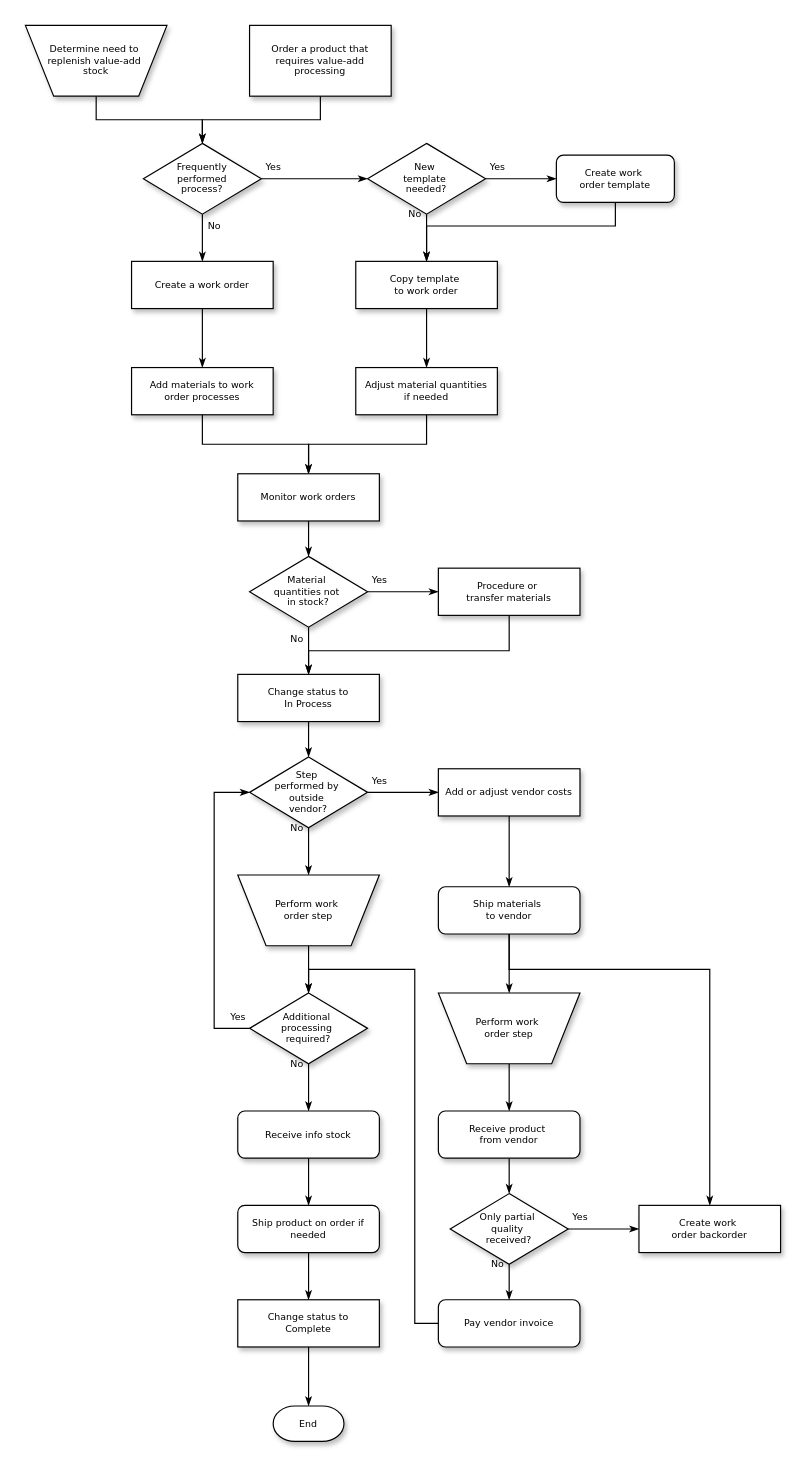
Above: 未命名绘图.drawio in ZHONGYUzu/ZHONGYUzu.github.io (draw.io), before the change. Source tidied: cells renumbered, new cells numbered last; positions are measured from the earlier drawing's top-left corner, leaving out a move shared by most shapes. Both pictures are drawn from the tidied source at 118%, with x=0, y=0 at pixel (25, 25).
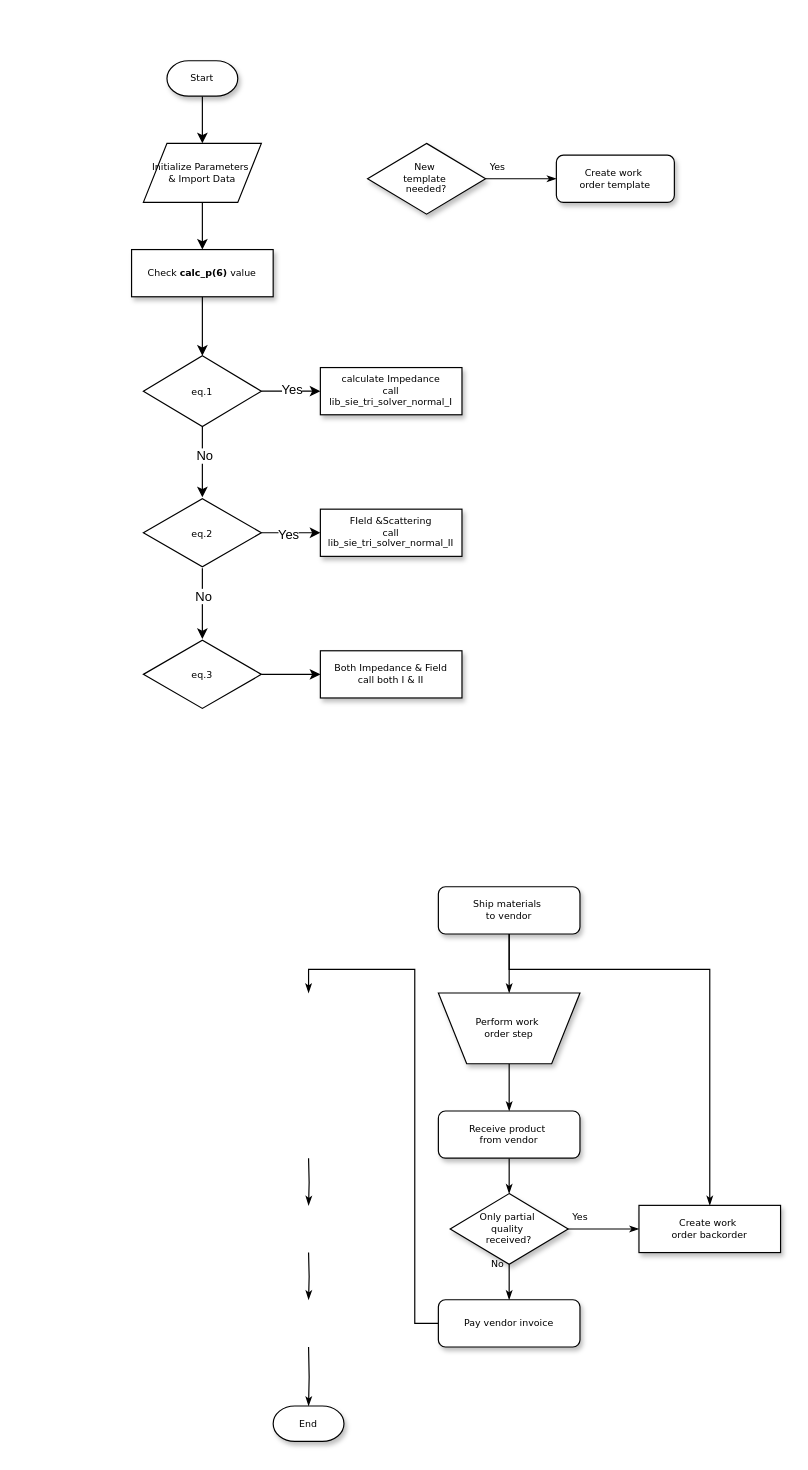
The same diagram, later.

Commit message:
tri_solver

Unchanged cells that the change refers to:
```xml
<mxCell id="11" value="New&amp;nbsp;&lt;div&gt;template&amp;nbsp;&lt;/div&gt;&lt;div&gt;needed?&lt;/div&gt;" style="rhombus;whiteSpace=wrap;html=1;rounded=0;shadow=1;labelBackgroundColor=none;strokeWidth=1;fontFamily=Verdana;fontSize=8;align=center;" parent="1" vertex="1">
  <mxGeometry x="290" y="100" width="100" height="60" as="geometry" />
</mxCell>
<mxCell id="13" value="Create work&amp;nbsp;&lt;div&gt;order template&lt;/div&gt;" style="rounded=1;whiteSpace=wrap;html=1;shadow=1;labelBackgroundColor=none;strokeWidth=1;fontFamily=Verdana;fontSize=8;align=center;" parent="1" vertex="1">
  <mxGeometry x="450" y="110" width="100" height="40" as="geometry" />
</mxCell>
<mxCell id="40" value="Ship materials&amp;nbsp;&lt;div&gt;to vendor&lt;/div&gt;" style="rounded=1;whiteSpace=wrap;html=1;shadow=1;labelBackgroundColor=none;strokeWidth=1;fontFamily=Verdana;fontSize=8;align=center;" parent="1" vertex="1">
  <mxGeometry x="350" y="730" width="120" height="40" as="geometry" />
</mxCell>
<mxCell id="59" value="Pay vendor invoice" style="rounded=1;whiteSpace=wrap;html=1;shadow=1;labelBackgroundColor=none;strokeWidth=1;fontFamily=Verdana;fontSize=8;align=center;" parent="1" vertex="1">
  <mxGeometry x="350" y="1080" width="120" height="40" as="geometry" />
</mxCell>
<mxCell id="60" value="End" style="strokeWidth=1;html=1;shape=mxgraph.flowchart.terminator;whiteSpace=wrap;rounded=0;shadow=1;labelBackgroundColor=none;fontFamily=Verdana;fontSize=8;align=center;" parent="1" vertex="1">
  <mxGeometry x="210" y="1170" width="60" height="30" as="geometry" />
</mxCell>
```

Diff of the diagram source:
```diff
@@
-    <mxCell id="2" style="edgeStyle=orthogonalEdgeStyle;rounded=0;html=1;labelBackgroundColor=none;startSize=5;endArrow=classicThin;endFill=1;endSize=5;jettySize=auto;strokeWidth=1;fontFamily=Verdana;fontSize=8;" parent="1" edge="1" source="3" target="8">
-      <mxGeometry relative="1" as="geometry" />
-    </mxCell>
-    <mxCell id="3" value="Determine need to&amp;nbsp;&lt;div&gt;replenish value-add&amp;nbsp;&lt;/div&gt;&lt;div&gt;stock&lt;/div&gt;" style="shape=trapezoid;whiteSpace=wrap;html=1;rounded=0;shadow=1;labelBackgroundColor=none;strokeWidth=1;fontFamily=Verdana;fontSize=8;align=center;flipV=1;" parent="1" vertex="1">
-      <mxGeometry width="120" height="60" as="geometry" />
-    </mxCell>
-    <mxCell id="4" style="edgeStyle=orthogonalEdgeStyle;rounded=0;html=1;labelBackgroundColor=none;startSize=5;endArrow=classicThin;endFill=1;endSize=5;jettySize=auto;strokeWidth=1;fontFamily=Verdana;fontSize=8;" parent="1" edge="1" source="5" target="8">
-      <mxGeometry relative="1" as="geometry" />
-    </mxCell>
-    <mxCell id="5" value="Order a product that&lt;div&gt;requires value-add processing&lt;/div&gt;" style="rounded=0;whiteSpace=wrap;html=1;shadow=1;labelBackgroundColor=none;strokeWidth=1;fontFamily=Verdana;fontSize=8;align=center;" parent="1" vertex="1">
-      <mxGeometry x="190" width="120" height="60" as="geometry" />
-    </mxCell>
-    <mxCell id="6" value="Yes" style="edgeStyle=orthogonalEdgeStyle;rounded=0;html=1;labelBackgroundColor=none;startSize=5;endArrow=classicThin;endFill=1;endSize=5;jettySize=auto;strokeWidth=1;fontFamily=Verdana;fontSize=8;" parent="1" edge="1" source="8" target="11">
-      <mxGeometry x="-0.78" y="10" relative="1" as="geometry" />
-    </mxCell>
-    <mxCell id="7" value="No" style="edgeStyle=orthogonalEdgeStyle;rounded=0;html=1;labelBackgroundColor=none;startSize=5;endArrow=classicThin;endFill=1;endSize=5;jettySize=auto;strokeWidth=1;fontFamily=Verdana;fontSize=8;" parent="1" edge="1" source="8" target="15">
-      <mxGeometry x="-0.5" y="10" relative="1" as="geometry" />
-    </mxCell>
-    <mxCell id="8" value="Frequently&lt;div&gt;performed&lt;/div&gt;&lt;div&gt;process?&lt;/div&gt;" style="rhombus;whiteSpace=wrap;html=1;rounded=0;shadow=1;labelBackgroundColor=none;strokeWidth=1;fontFamily=Verdana;fontSize=8;align=center;" parent="1" vertex="1">
-      <mxGeometry x="100" y="100" width="100" height="60" as="geometry" />
-    </mxCell>
@@
-    <mxCell id="10" value="No" style="edgeStyle=orthogonalEdgeStyle;rounded=0;html=1;labelBackgroundColor=none;startSize=5;endArrow=classicThin;endFill=1;endSize=5;jettySize=auto;strokeWidth=1;fontFamily=Verdana;fontSize=8;" parent="1" edge="1" source="11" target="17">
-      <mxGeometry x="-1" y="-10" relative="1" as="geometry" />
-    </mxCell>
@@
-    <mxCell id="12" style="edgeStyle=orthogonalEdgeStyle;rounded=0;html=1;labelBackgroundColor=none;startSize=5;endArrow=classicThin;endFill=1;endSize=5;jettySize=auto;strokeWidth=1;fontFamily=Verdana;fontSize=8;" parent="1" edge="1" source="13" target="17">
-      <mxGeometry relative="1" as="geometry">
-        <Array as="points">
-          <mxPoint x="500" y="170" />
-          <mxPoint x="340" y="170" />
-        </Array>
-      </mxGeometry>
-    </mxCell>
@@
-    <mxCell id="14" style="edgeStyle=orthogonalEdgeStyle;rounded=0;html=1;labelBackgroundColor=none;startSize=5;endArrow=classicThin;endFill=1;endSize=5;jettySize=auto;strokeWidth=1;fontFamily=Verdana;fontSize=8;" parent="1" edge="1" source="15" target="19">
-      <mxGeometry relative="1" as="geometry" />
-    </mxCell>
-    <mxCell id="15" value="Create a work order" style="whiteSpace=wrap;html=1;rounded=0;shadow=1;labelBackgroundColor=none;strokeWidth=1;fontFamily=Verdana;fontSize=8;align=center;" parent="1" vertex="1">
-      <mxGeometry x="90" y="200" width="120" height="40" as="geometry" />
-    </mxCell>
-    <mxCell id="16" style="edgeStyle=orthogonalEdgeStyle;rounded=0;html=1;labelBackgroundColor=none;startSize=5;endArrow=classicThin;endFill=1;endSize=5;jettySize=auto;strokeWidth=1;fontFamily=Verdana;fontSize=8;" parent="1" edge="1" source="17" target="21">
-      <mxGeometry relative="1" as="geometry" />
-    </mxCell>
-    <mxCell id="17" value="Copy template&amp;nbsp;&lt;div&gt;to work order&lt;/div&gt;" style="whiteSpace=wrap;html=1;rounded=0;shadow=1;labelBackgroundColor=none;strokeWidth=1;fontFamily=Verdana;fontSize=8;align=center;" parent="1" vertex="1">
-      <mxGeometry x="280" y="200" width="120" height="40" as="geometry" />
+    <mxCell id="17" value="calculate Impedance&lt;div&gt;call lib_sie_tri_solver_normal_I&lt;/div&gt;" style="whiteSpace=wrap;html=1;rounded=0;shadow=1;labelBackgroundColor=none;strokeWidth=1;fontFamily=Verdana;fontSize=8;align=center;" parent="1" vertex="1">
+      <mxGeometry x="250" y="290" width="120" height="40" as="geometry" />
     </mxCell>
-    <mxCell id="18" style="edgeStyle=orthogonalEdgeStyle;rounded=0;html=1;labelBackgroundColor=none;startSize=5;endArrow=classicThin;endFill=1;endSize=5;jettySize=auto;strokeWidth=1;fontFamily=Verdana;fontSize=8;" parent="1" edge="1" source="19" target="23">
-      <mxGeometry relative="1" as="geometry" />
-    </mxCell>
+    <mxCell id="61" style="edgeStyle=orthogonalEdgeStyle;rounded=0;jettySize=auto;html=1;" parent="1" edge="1" source="19" target="68">
+      <mxGeometry relative="1" as="geometry" />
+    </mxCell>
-    <mxCell id="19" value="Add materials to work order processes" style="whiteSpace=wrap;html=1;rounded=0;shadow=1;labelBackgroundColor=none;strokeWidth=1;fontFamily=Verdana;fontSize=8;align=center;spacing=6;" parent="1" vertex="1">
-      <mxGeometry x="90" y="290" width="120" height="40" as="geometry" />
+    <mxCell id="19" value="Check &lt;b&gt;calc_p(6)&lt;/b&gt; value" style="whiteSpace=wrap;html=1;rounded=0;shadow=1;labelBackgroundColor=none;strokeWidth=1;fontFamily=Verdana;fontSize=8;align=center;spacing=6;" parent="1" vertex="1">
+      <mxGeometry x="90" y="190" width="120" height="40" as="geometry" />
     </mxCell>
-    <mxCell id="20" style="edgeStyle=orthogonalEdgeStyle;rounded=0;html=1;labelBackgroundColor=none;startSize=5;endArrow=classicThin;endFill=1;endSize=5;jettySize=auto;strokeWidth=1;fontFamily=Verdana;fontSize=8;" parent="1" edge="1" source="21" target="23">
-      <mxGeometry relative="1" as="geometry" />
-    </mxCell>
-    <mxCell id="21" value="Adjust material quantities if needed" style="whiteSpace=wrap;html=1;rounded=0;shadow=1;labelBackgroundColor=none;strokeWidth=1;fontFamily=Verdana;fontSize=8;align=center;spacing=6;" parent="1" vertex="1">
-      <mxGeometry x="280" y="290" width="120" height="40" as="geometry" />
+    <mxCell id="21" value="FIeld &amp;amp;Scattering&lt;div&gt;call lib_sie_tri_solver_normal_II&lt;/div&gt;" style="whiteSpace=wrap;html=1;rounded=0;shadow=1;labelBackgroundColor=none;strokeWidth=1;fontFamily=Verdana;fontSize=8;align=center;spacing=6;" parent="1" vertex="1">
+      <mxGeometry x="250" y="410" width="120" height="40" as="geometry" />
     </mxCell>
-    <mxCell id="22" style="edgeStyle=orthogonalEdgeStyle;rounded=0;html=1;labelBackgroundColor=none;startSize=5;endArrow=classicThin;endFill=1;endSize=5;jettySize=auto;strokeWidth=1;fontFamily=Verdana;fontSize=8;" parent="1" edge="1" source="23" target="26">
-      <mxGeometry relative="1" as="geometry" />
-    </mxCell>
-    <mxCell id="23" value="Monitor work orders" style="whiteSpace=wrap;html=1;rounded=0;shadow=1;labelBackgroundColor=none;strokeWidth=1;fontFamily=Verdana;fontSize=8;align=center;" parent="1" vertex="1">
-      <mxGeometry x="180" y="380" width="120" height="40" as="geometry" />
-    </mxCell>
-    <mxCell id="24" value="Yes" style="edgeStyle=orthogonalEdgeStyle;rounded=0;html=1;labelBackgroundColor=none;startSize=5;endArrow=classicThin;endFill=1;endSize=5;jettySize=auto;strokeWidth=1;fontFamily=Verdana;fontSize=8;" parent="1" edge="1" source="26" target="28">
-      <mxGeometry x="-0.67" y="10" relative="1" as="geometry" />
-    </mxCell>
-    <mxCell id="25" value="No" style="edgeStyle=orthogonalEdgeStyle;rounded=0;html=1;labelBackgroundColor=none;startSize=5;endArrow=classicThin;endFill=1;endSize=5;jettySize=auto;strokeWidth=1;fontFamily=Verdana;fontSize=8;" parent="1" edge="1" source="26" target="30">
-      <mxGeometry x="-0.5" y="-10" relative="1" as="geometry" />
-    </mxCell>
-    <mxCell id="26" value="Material&amp;nbsp;&lt;div&gt;quantities not&amp;nbsp;&lt;/div&gt;&lt;div&gt;in stock?&lt;/div&gt;" style="rhombus;whiteSpace=wrap;html=1;rounded=0;shadow=1;labelBackgroundColor=none;strokeWidth=1;fontFamily=Verdana;fontSize=8;align=center;" parent="1" vertex="1">
-      <mxGeometry x="190" y="450" width="100" height="60" as="geometry" />
-    </mxCell>
-    <mxCell id="27" style="edgeStyle=orthogonalEdgeStyle;rounded=0;html=1;labelBackgroundColor=none;startSize=5;endArrow=classicThin;endFill=1;endSize=5;jettySize=auto;strokeWidth=1;fontFamily=Verdana;fontSize=8;" parent="1" edge="1" source="28" target="30">
-      <mxGeometry relative="1" as="geometry">
-        <Array as="points">
-          <mxPoint x="410" y="530" />
-          <mxPoint x="240" y="530" />
-        </Array>
-      </mxGeometry>
-    </mxCell>
-    <mxCell id="28" value="Procedure or&amp;nbsp;&lt;div&gt;transfer materials&lt;/div&gt;" style="whiteSpace=wrap;html=1;rounded=0;shadow=1;labelBackgroundColor=none;strokeWidth=1;fontFamily=Verdana;fontSize=8;align=center;" parent="1" vertex="1">
-      <mxGeometry x="350" y="460" width="120" height="40" as="geometry" />
-    </mxCell>
-    <mxCell id="29" style="edgeStyle=orthogonalEdgeStyle;rounded=0;html=1;labelBackgroundColor=none;startSize=5;endArrow=classicThin;endFill=1;endSize=5;jettySize=auto;strokeWidth=1;fontFamily=Verdana;fontSize=8;" parent="1" edge="1" source="30" target="33">
-      <mxGeometry relative="1" as="geometry" />
-    </mxCell>
-    <mxCell id="30" value="Change status to&lt;div&gt;In Process&lt;/div&gt;" style="whiteSpace=wrap;html=1;rounded=0;shadow=1;labelBackgroundColor=none;strokeWidth=1;fontFamily=Verdana;fontSize=8;align=center;" parent="1" vertex="1">
-      <mxGeometry x="180" y="550" width="120" height="40" as="geometry" />
-    </mxCell>
-    <mxCell id="31" value="Yes" style="edgeStyle=orthogonalEdgeStyle;rounded=0;html=1;labelBackgroundColor=none;startSize=5;endArrow=classicThin;endFill=1;endSize=5;jettySize=auto;strokeWidth=1;fontFamily=Verdana;fontSize=8;" parent="1" edge="1" source="33" target="35">
-      <mxGeometry x="-0.67" y="10" relative="1" as="geometry" />
-    </mxCell>
-    <mxCell id="32" value="No" style="edgeStyle=orthogonalEdgeStyle;rounded=0;html=1;labelBackgroundColor=none;startSize=5;endArrow=classicThin;endFill=1;endSize=5;jettySize=auto;strokeWidth=1;fontFamily=Verdana;fontSize=8;" parent="1" edge="1" source="33" target="37">
-      <mxGeometry x="-1" y="-10" relative="1" as="geometry" />
-    </mxCell>
-    <mxCell id="33" value="Step&amp;nbsp;&lt;div&gt;performed by&amp;nbsp;&lt;/div&gt;&lt;div&gt;outside&amp;nbsp;&lt;/div&gt;&lt;div&gt;vendor?&lt;/div&gt;" style="rhombus;whiteSpace=wrap;html=1;rounded=0;shadow=1;labelBackgroundColor=none;strokeWidth=1;fontFamily=Verdana;fontSize=8;align=center;" parent="1" vertex="1">
-      <mxGeometry x="190" y="620" width="100" height="60" as="geometry" />
-    </mxCell>
-    <mxCell id="34" style="edgeStyle=orthogonalEdgeStyle;rounded=0;html=1;labelBackgroundColor=none;startSize=5;endArrow=classicThin;endFill=1;endSize=5;jettySize=auto;strokeWidth=1;fontFamily=Verdana;fontSize=8;" parent="1" edge="1" source="35" target="40">
-      <mxGeometry relative="1" as="geometry" />
-    </mxCell>
-    <mxCell id="35" value="Add or adjust vendor costs" style="whiteSpace=wrap;html=1;rounded=0;shadow=1;labelBackgroundColor=none;strokeWidth=1;fontFamily=Verdana;fontSize=8;align=center;" parent="1" vertex="1">
-      <mxGeometry x="350" y="630" width="120" height="40" as="geometry" />
-    </mxCell>
-    <mxCell id="36" style="edgeStyle=orthogonalEdgeStyle;rounded=0;html=1;labelBackgroundColor=none;startSize=5;endArrow=classicThin;endFill=1;endSize=5;jettySize=auto;strokeWidth=1;fontFamily=Verdana;fontSize=8;" parent="1" edge="1" source="37" target="43">
-      <mxGeometry relative="1" as="geometry" />
-    </mxCell>
-    <mxCell id="37" value="Perform work&amp;nbsp;&lt;div&gt;order step&lt;/div&gt;" style="shape=trapezoid;whiteSpace=wrap;html=1;rounded=0;shadow=1;labelBackgroundColor=none;strokeWidth=1;fontFamily=Verdana;fontSize=8;align=center;flipV=1;" parent="1" vertex="1">
-      <mxGeometry x="180" y="720" width="120" height="60" as="geometry" />
-    </mxCell>
@@
-    <mxCell id="41" value="Yes" style="edgeStyle=orthogonalEdgeStyle;rounded=0;html=1;labelBackgroundColor=none;startSize=5;endArrow=classicThin;endFill=1;endSize=5;jettySize=auto;strokeWidth=1;fontFamily=Verdana;fontSize=8;" parent="1" edge="1" source="43" target="33">
-      <mxGeometry x="-0.69" y="-20" relative="1" as="geometry">
-        <Array as="points">
-          <mxPoint x="160" y="850" />
-          <mxPoint x="160" y="650" />
-        </Array>
-      </mxGeometry>
-    </mxCell>
-    <mxCell id="42" value="No" style="edgeStyle=orthogonalEdgeStyle;rounded=0;html=1;labelBackgroundColor=none;startSize=5;endArrow=classicThin;endFill=1;endSize=5;jettySize=auto;strokeWidth=1;fontFamily=Verdana;fontSize=8;" parent="1" edge="1" source="43" target="47">
-      <mxGeometry x="-1" y="-10" relative="1" as="geometry" />
-    </mxCell>
-    <mxCell id="43" value="Additional&amp;nbsp;&lt;div&gt;processing&amp;nbsp;&lt;/div&gt;&lt;div&gt;required?&lt;/div&gt;" style="rhombus;whiteSpace=wrap;html=1;rounded=0;shadow=1;labelBackgroundColor=none;strokeWidth=1;fontFamily=Verdana;fontSize=8;align=center;" parent="1" vertex="1">
-      <mxGeometry x="190" y="820" width="100" height="60" as="geometry" />
-    </mxCell>
@@
-    <mxCell id="46" style="edgeStyle=orthogonalEdgeStyle;rounded=0;html=1;labelBackgroundColor=none;startSize=5;endArrow=classicThin;endFill=1;endSize=5;jettySize=auto;strokeWidth=1;fontFamily=Verdana;fontSize=8;" parent="1" edge="1" source="47" target="51">
-      <mxGeometry relative="1" as="geometry" />
+    <mxCell id="46" style="edgeStyle=orthogonalEdgeStyle;rounded=0;html=1;labelBackgroundColor=none;startSize=5;endArrow=classicThin;endFill=1;endSize=5;jettySize=auto;orthogonalLoop=1;strokeWidth=1;fontFamily=Verdana;fontSize=8;" parent="1" edge="1">
+      <mxGeometry relative="1" as="geometry">
+        <mxPoint x="240" y="960" as="sourcePoint" />
+        <mxPoint x="240" y="1000" as="targetPoint" />
+      </mxGeometry>
     </mxCell>
-    <mxCell id="47" value="Receive info stock" style="rounded=1;whiteSpace=wrap;html=1;shadow=1;labelBackgroundColor=none;strokeWidth=1;fontFamily=Verdana;fontSize=8;align=center;" parent="1" vertex="1">
-      <mxGeometry x="180" y="920" width="120" height="40" as="geometry" />
-    </mxCell>
@@
-    <mxCell id="50" style="edgeStyle=orthogonalEdgeStyle;rounded=0;html=1;labelBackgroundColor=none;startSize=5;endArrow=classicThin;endFill=1;endSize=5;jettySize=auto;strokeWidth=1;fontFamily=Verdana;fontSize=8;" parent="1" edge="1" source="51" target="57">
-      <mxGeometry relative="1" as="geometry" />
+    <mxCell id="50" style="edgeStyle=orthogonalEdgeStyle;rounded=0;html=1;labelBackgroundColor=none;startSize=5;endArrow=classicThin;endFill=1;endSize=5;jettySize=auto;orthogonalLoop=1;strokeWidth=1;fontFamily=Verdana;fontSize=8;" parent="1" edge="1">
+      <mxGeometry relative="1" as="geometry">
+        <mxPoint x="240" y="1040" as="sourcePoint" />
+        <mxPoint x="240" y="1080" as="targetPoint" />
+      </mxGeometry>
     </mxCell>
-    <mxCell id="51" value="Ship product on order if needed" style="rounded=1;whiteSpace=wrap;html=1;shadow=1;labelBackgroundColor=none;strokeWidth=1;fontFamily=Verdana;fontSize=8;align=center;" parent="1" vertex="1">
-      <mxGeometry x="180" y="1000" width="120" height="40" as="geometry" />
-    </mxCell>
@@
-    <mxCell id="56" style="edgeStyle=orthogonalEdgeStyle;rounded=0;html=1;labelBackgroundColor=none;startSize=5;endArrow=classicThin;endFill=1;endSize=5;jettySize=auto;strokeWidth=1;fontFamily=Verdana;fontSize=8;" parent="1" edge="1" source="57" target="60">
-      <mxGeometry relative="1" as="geometry" />
+    <mxCell id="56" style="edgeStyle=orthogonalEdgeStyle;rounded=0;html=1;labelBackgroundColor=none;startSize=5;endArrow=classicThin;endFill=1;endSize=5;jettySize=auto;strokeWidth=1;fontFamily=Verdana;fontSize=8;" parent="1" edge="1" target="60">
+      <mxGeometry relative="1" as="geometry">
+        <mxPoint x="240" y="1120" as="sourcePoint" />
+      </mxGeometry>
     </mxCell>
-    <mxCell id="57" value="Change status to&lt;div&gt;Complete&lt;/div&gt;" style="whiteSpace=wrap;html=1;rounded=0;shadow=1;labelBackgroundColor=none;strokeWidth=1;fontFamily=Verdana;fontSize=8;align=center;" parent="1" vertex="1">
-      <mxGeometry x="180" y="1080" width="120" height="40" as="geometry" />
-    </mxCell>
-    <mxCell id="58" style="edgeStyle=orthogonalEdgeStyle;rounded=0;html=1;labelBackgroundColor=none;startSize=5;endArrow=classicThin;endFill=1;endSize=5;jettySize=auto;strokeWidth=1;fontFamily=Verdana;fontSize=8;" parent="1" edge="1" source="59" target="43">
+    <mxCell id="58" style="edgeStyle=orthogonalEdgeStyle;rounded=0;html=1;labelBackgroundColor=none;startSize=5;endArrow=classicThin;endFill=1;endSize=5;jettySize=auto;strokeWidth=1;fontFamily=Verdana;fontSize=8;" parent="1" edge="1" source="59">
       <mxGeometry relative="1" as="geometry">
+        <mxPoint x="240" y="820" as="targetPoint" />
         <Array as="points">
           <mxPoint x="330" y="1100" />
           <mxPoint x="330" y="800" />
           <mxPoint x="240" y="800" />
         </Array>
       </mxGeometry>
     </mxCell>
@@
+    <mxCell id="62" style="edgeStyle=orthogonalEdgeStyle;rounded=0;jettySize=auto;html=1;" parent="1" edge="1" source="63" target="78">
+      <mxGeometry relative="1" as="geometry" />
+    </mxCell>
+    <mxCell id="63" value="Start" style="strokeWidth=1;html=1;shape=mxgraph.flowchart.terminator;whiteSpace=wrap;rounded=0;shadow=1;labelBackgroundColor=none;fontFamily=Verdana;fontSize=8;align=center;" parent="1" vertex="1">
+      <mxGeometry x="120" y="30" width="60" height="30" as="geometry" />
+    </mxCell>
+    <mxCell id="64" style="edgeStyle=orthogonalEdgeStyle;rounded=0;jettySize=auto;html=1;" parent="1" edge="1" source="68" target="17">
+      <mxGeometry relative="1" as="geometry" />
+    </mxCell>
+    <mxCell id="65" value="Yes" style="edgeLabel;html=1;align=center;verticalAlign=middle;" parent="64" vertex="1">
+      <mxGeometry y="2" relative="1" as="geometry" />
+    </mxCell>
+    <mxCell id="66" style="edgeStyle=orthogonalEdgeStyle;rounded=0;jettySize=auto;html=1;" parent="1" edge="1" source="68" target="73">
+      <mxGeometry relative="1" as="geometry" />
+    </mxCell>
+    <mxCell id="67" value="No" style="edgeLabel;html=1;align=center;verticalAlign=middle;" parent="66" vertex="1">
+      <mxGeometry x="-0.2" y="1" relative="1" as="geometry" />
+    </mxCell>
+    <mxCell id="68" value="&lt;font style=&quot;font-size: 8px;&quot; face=&quot;Verdana&quot;&gt;eq.1&lt;/font&gt;" style="rhombus;whiteSpace=wrap;html=1;" parent="1" vertex="1">
+      <mxGeometry x="100" y="280" width="100" height="60" as="geometry" />
+    </mxCell>
+    <mxCell id="69" style="edgeStyle=orthogonalEdgeStyle;rounded=0;jettySize=auto;html=1;" parent="1" edge="1" source="73" target="21">
+      <mxGeometry relative="1" as="geometry" />
+    </mxCell>
+    <mxCell id="70" value="Yes" style="edgeLabel;html=1;align=center;verticalAlign=middle;" parent="69" vertex="1">
+      <mxGeometry x="-0.11" y="-1" relative="1" as="geometry" />
+    </mxCell>
+    <mxCell id="71" style="edgeStyle=orthogonalEdgeStyle;rounded=0;jettySize=auto;html=1;" parent="1" edge="1" source="73" target="75">
+      <mxGeometry relative="1" as="geometry" />
+    </mxCell>
+    <mxCell id="72" value="No" style="edgeLabel;html=1;align=center;verticalAlign=middle;" parent="71" vertex="1">
+      <mxGeometry x="-0.25" relative="1" as="geometry" />
+    </mxCell>
+    <mxCell id="73" value="&lt;font style=&quot;font-size: 8px;&quot; face=&quot;Verdana&quot;&gt;eq.2&lt;/font&gt;" style="html=1;whiteSpace=wrap;shape=isoRectangle;" parent="1" vertex="1">
+      <mxGeometry x="100" y="400" width="100" height="60" as="geometry" />
+    </mxCell>
+    <mxCell id="74" style="edgeStyle=orthogonalEdgeStyle;rounded=0;jettySize=auto;html=1;" parent="1" edge="1" source="75" target="76">
+      <mxGeometry relative="1" as="geometry" />
+    </mxCell>
+    <mxCell id="75" value="&lt;font style=&quot;font-size: 8px;&quot; face=&quot;Verdana&quot;&gt;eq.3&lt;/font&gt;" style="html=1;whiteSpace=wrap;shape=isoRectangle;" parent="1" vertex="1">
+      <mxGeometry x="100" y="520" width="100" height="60" as="geometry" />
+    </mxCell>
+    <mxCell id="76" value="Both Impedance &amp;amp; Field&lt;div&gt;call both I &amp;amp; II&lt;/div&gt;" style="whiteSpace=wrap;html=1;rounded=0;shadow=1;labelBackgroundColor=none;strokeWidth=1;fontFamily=Verdana;fontSize=8;align=center;spacing=6;" parent="1" vertex="1">
+      <mxGeometry x="250" y="530" width="120" height="40" as="geometry" />
+    </mxCell>
+    <mxCell id="77" style="edgeStyle=orthogonalEdgeStyle;rounded=0;jettySize=auto;html=1;" parent="1" edge="1" source="78" target="19">
+      <mxGeometry relative="1" as="geometry" />
+    </mxCell>
+    <mxCell id="78" value="Initialize Parameters&amp;nbsp;&lt;div&gt;&amp;amp; Import Data&lt;/div&gt;" style="shape=parallelogram;perimeter=parallelogramPerimeter;whiteSpace=wrap;html=1;fixedSize=1;fontFamily=Verdana;fontSize=8;" parent="1" vertex="1">
+      <mxGeometry x="100" y="100" width="100" height="50" as="geometry" />
+    </mxCell>
```
